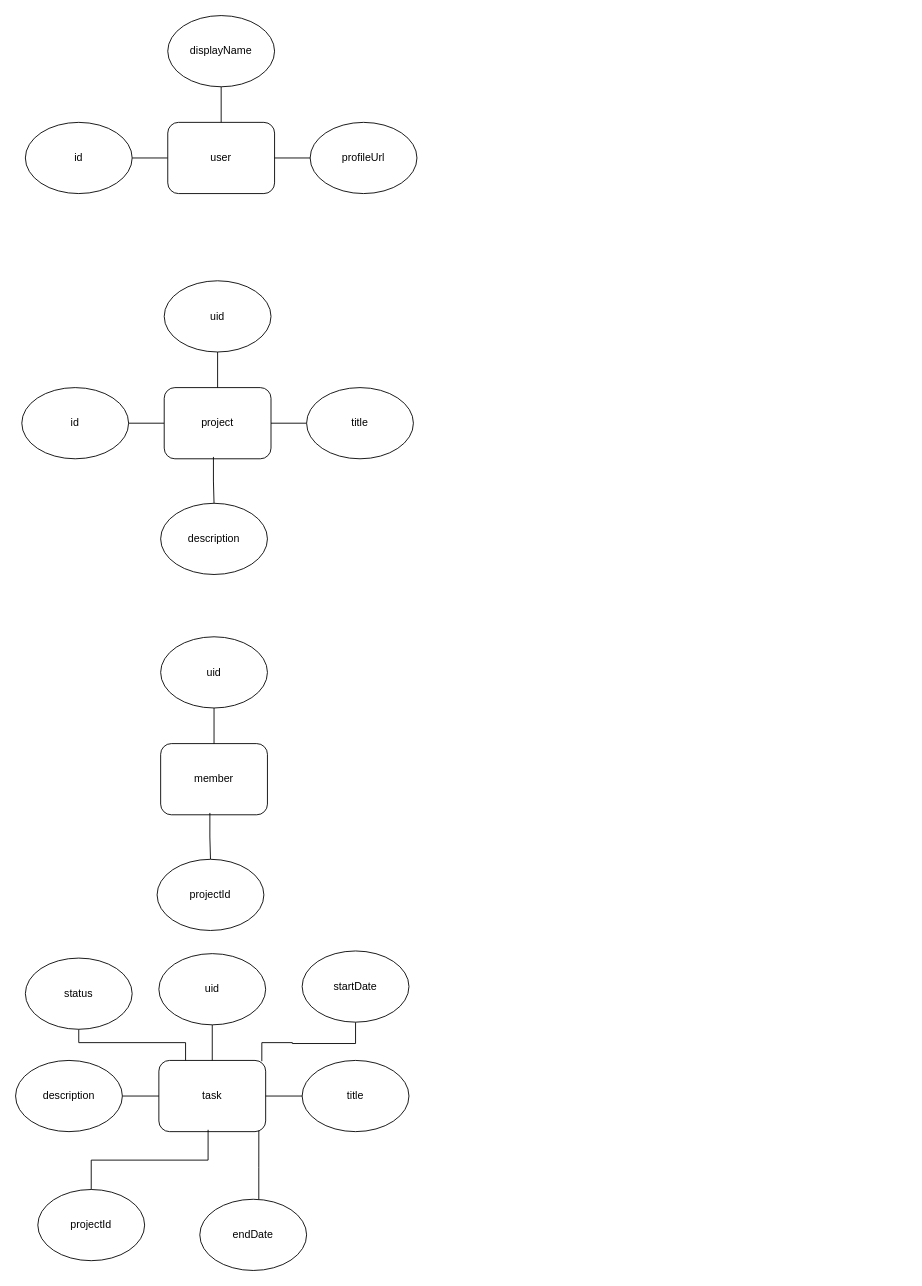
This is .idea/Untitled Diagram.drawio from ganeshgfx/project_management_app, a draw.io file, before an edit. Source tidied: cells renumbered, new cells numbered last; positions are measured from the earlier drawing's top-left corner, leaving out a move shared by most shapes. Both pictures are drawn from the tidied source at 89%, with x=0, y=0 at pixel (15, 15).
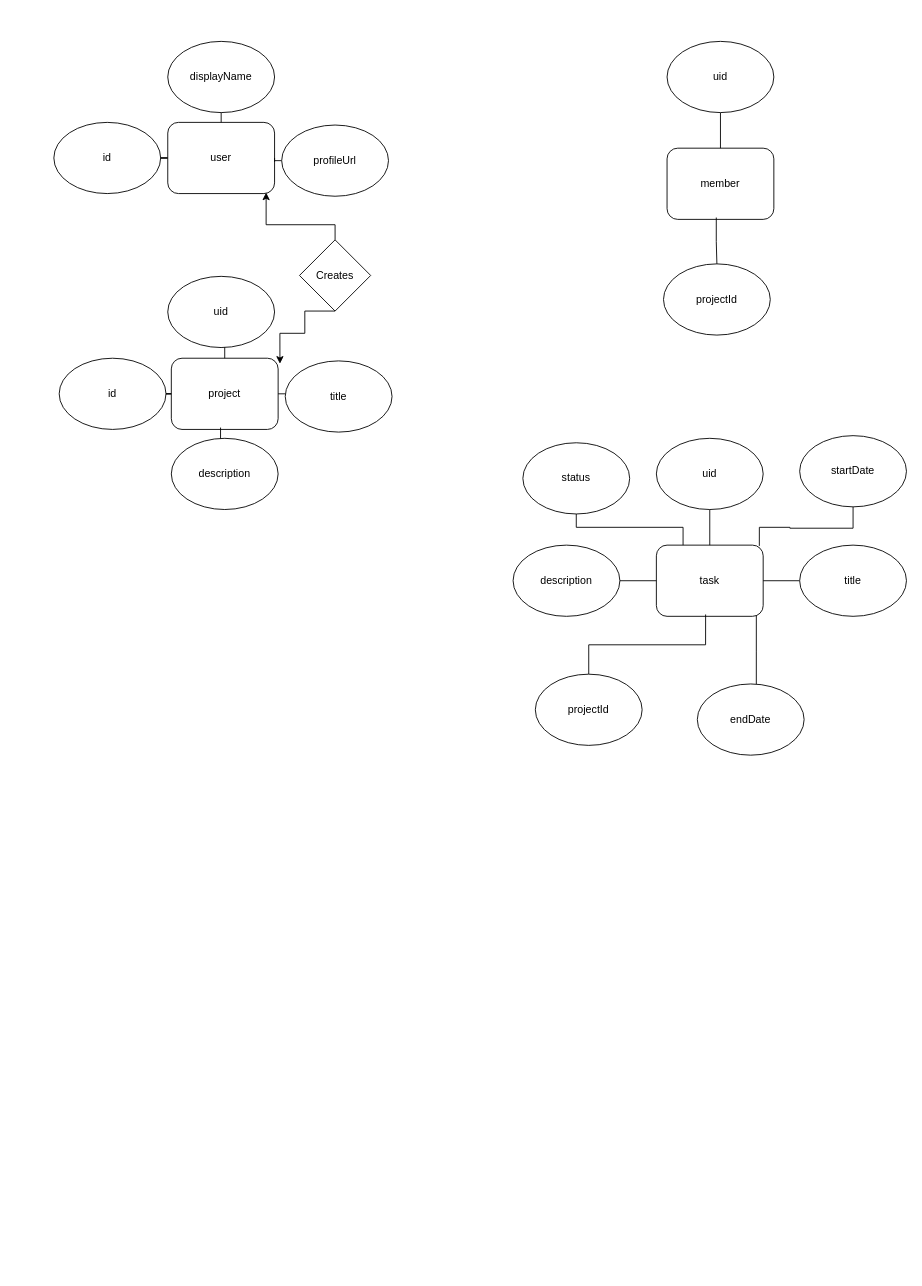
The same diagram, later.

Unchanged cells that the change refers to:
```xml
<mxCell id="3" value="user" style="rounded=1;whiteSpace=wrap;html=1;" parent="1" vertex="1">
  <mxGeometry x="171" y="120" width="120" height="80" as="geometry" />
</mxCell>
```

What changed in the source:
```diff
@@
     <mxCell id="4" value="id" style="ellipse;whiteSpace=wrap;html=1;" parent="1" vertex="1">
-      <mxGeometry x="11" y="120" width="120" height="80" as="geometry" />
+      <mxGeometry x="43" y="120" width="120" height="80" as="geometry" />
     </mxCell>
     <mxCell id="5" style="edgeStyle=orthogonalEdgeStyle;rounded=0;jettySize=auto;html=1;exitX=0.5;exitY=0;exitDx=0;exitDy=0;strokeColor=default;endArrow=none;endFill=0;" parent="1" edge="1" source="3" target="6">
-      <mxGeometry relative="1" as="geometry" />
+      <mxGeometry relative="1" as="geometry">
+        <Array as="points">
+          <mxPoint x="231" y="82" />
+          <mxPoint x="233" y="82" />
+        </Array>
+      </mxGeometry>
     </mxCell>
     <mxCell id="6" value="displayName" style="ellipse;whiteSpace=wrap;html=1;" parent="1" vertex="1">
-      <mxGeometry x="171" width="120" height="80" as="geometry" />
+      <mxGeometry x="171" y="29" width="120" height="80" as="geometry" />
     </mxCell>
     <mxCell id="7" style="edgeStyle=orthogonalEdgeStyle;rounded=0;jettySize=auto;html=1;exitX=1;exitY=0.5;exitDx=0;exitDy=0;strokeColor=default;endArrow=none;endFill=0;" parent="1" edge="1" source="3" target="8">
-      <mxGeometry relative="1" as="geometry" />
+      <mxGeometry relative="1" as="geometry">
+        <Array as="points">
+          <mxPoint x="291" y="164" />
+          <mxPoint x="291" y="164" />
+        </Array>
+      </mxGeometry>
     </mxCell>
     <mxCell id="8" value="profileUrl" style="ellipse;whiteSpace=wrap;html=1;" parent="1" vertex="1">
-      <mxGeometry x="331" y="120" width="120" height="80" as="geometry" />
+      <mxGeometry x="299" y="123" width="120" height="80" as="geometry" />
     </mxCell>
@@
     <mxCell id="10" value="project" style="rounded=1;whiteSpace=wrap;html=1;" parent="1" vertex="1">
-      <mxGeometry x="167" y="418" width="120" height="80" as="geometry" />
+      <mxGeometry x="175" y="385" width="120" height="80" as="geometry" />
     </mxCell>
     <mxCell id="11" value="id" style="ellipse;whiteSpace=wrap;html=1;" parent="1" vertex="1">
-      <mxGeometry x="7" y="418" width="120" height="80" as="geometry" />
+      <mxGeometry x="49" y="385" width="120" height="80" as="geometry" />
     </mxCell>
@@
     <mxCell id="13" value="uid" style="ellipse;whiteSpace=wrap;html=1;" parent="1" vertex="1">
-      <mxGeometry x="167" y="298" width="120" height="80" as="geometry" />
+      <mxGeometry x="171" y="293" width="120" height="80" as="geometry" />
     </mxCell>
@@
     <mxCell id="15" value="title" style="ellipse;whiteSpace=wrap;html=1;" parent="1" vertex="1">
-      <mxGeometry x="327" y="418" width="120" height="80" as="geometry" />
+      <mxGeometry x="303" y="388" width="120" height="80" as="geometry" />
     </mxCell>
@@
     <mxCell id="17" value="description" style="ellipse;whiteSpace=wrap;html=1;" parent="1" vertex="1">
-      <mxGeometry x="163" y="548" width="120" height="80" as="geometry" />
+      <mxGeometry x="175" y="475" width="120" height="80" as="geometry" />
     </mxCell>
     <mxCell id="18" value="member" style="rounded=1;whiteSpace=wrap;html=1;" parent="1" vertex="1">
-      <mxGeometry x="163" y="818" width="120" height="80" as="geometry" />
+      <mxGeometry x="732" y="149" width="120" height="80" as="geometry" />
     </mxCell>
@@
     <mxCell id="20" value="uid" style="ellipse;whiteSpace=wrap;html=1;" parent="1" vertex="1">
-      <mxGeometry x="163" y="698" width="120" height="80" as="geometry" />
+      <mxGeometry x="732" y="29" width="120" height="80" as="geometry" />
     </mxCell>
@@
     <mxCell id="22" value="projectId" style="ellipse;whiteSpace=wrap;html=1;" parent="1" vertex="1">
-      <mxGeometry x="159" y="948" width="120" height="80" as="geometry" />
+      <mxGeometry x="728" y="279" width="120" height="80" as="geometry" />
     </mxCell>
     <mxCell id="23" value="task" style="rounded=1;whiteSpace=wrap;html=1;" parent="1" vertex="1">
-      <mxGeometry x="161" y="1174" width="120" height="80" as="geometry" />
+      <mxGeometry x="720" y="595" width="120" height="80" as="geometry" />
     </mxCell>
@@
     <mxCell id="25" value="uid" style="ellipse;whiteSpace=wrap;html=1;" parent="1" vertex="1">
-      <mxGeometry x="161" y="1054" width="120" height="80" as="geometry" />
+      <mxGeometry x="720" y="475" width="120" height="80" as="geometry" />
     </mxCell>
     <mxCell id="26" style="edgeStyle=orthogonalEdgeStyle;rounded=0;jettySize=auto;html=1;exitX=0.461;exitY=0.974;exitDx=0;exitDy=0;strokeColor=default;endArrow=none;endFill=0;exitPerimeter=0;" parent="1" edge="1" source="23" target="27">
       <mxGeometry relative="1" as="geometry">
         <Array as="points">
-          <mxPoint x="216" y="1286" />
-          <mxPoint x="85" y="1286" />
+          <mxPoint x="775" y="707" />
+          <mxPoint x="644" y="707" />
         </Array>
       </mxGeometry>
     </mxCell>
     <mxCell id="27" value="projectId" style="ellipse;whiteSpace=wrap;html=1;" parent="1" vertex="1">
-      <mxGeometry x="25" y="1319" width="120" height="80" as="geometry" />
+      <mxGeometry x="584" y="740" width="120" height="80" as="geometry" />
     </mxCell>
@@
     <mxCell id="29" value="title" style="ellipse;whiteSpace=wrap;html=1;" parent="1" vertex="1">
-      <mxGeometry x="322" y="1174" width="120" height="80" as="geometry" />
+      <mxGeometry x="881" y="595" width="120" height="80" as="geometry" />
     </mxCell>
@@
     <mxCell id="31" value="description" style="ellipse;whiteSpace=wrap;html=1;" parent="1" vertex="1">
-      <mxGeometry y="1174" width="120" height="80" as="geometry" />
+      <mxGeometry x="559" y="595" width="120" height="80" as="geometry" />
     </mxCell>
     <mxCell id="32" style="edgeStyle=orthogonalEdgeStyle;rounded=0;jettySize=auto;html=1;exitX=0.936;exitY=0.984;exitDx=0;exitDy=0;strokeColor=default;endArrow=none;endFill=0;exitPerimeter=0;" parent="1" edge="1" source="23" target="33">
       <mxGeometry relative="1" as="geometry">
         <Array as="points">
-          <mxPoint x="273" y="1294" />
-          <mxPoint x="273" y="1294" />
+          <mxPoint x="832" y="715" />
+          <mxPoint x="832" y="715" />
         </Array>
       </mxGeometry>
     </mxCell>
     <mxCell id="33" value="endDate" style="ellipse;whiteSpace=wrap;html=1;" parent="1" vertex="1">
-      <mxGeometry x="207" y="1330" width="120" height="80" as="geometry" />
+      <mxGeometry x="766" y="751" width="120" height="80" as="geometry" />
     </mxCell>
     <mxCell id="34" style="edgeStyle=orthogonalEdgeStyle;rounded=0;jettySize=auto;html=1;exitX=0.964;exitY=0.011;exitDx=0;exitDy=0;strokeColor=default;endArrow=none;endFill=0;exitPerimeter=0;" parent="1" edge="1" source="23" target="37">
       <mxGeometry relative="1" as="geometry">
         <Array as="points">
-          <mxPoint x="277" y="1154" />
-          <mxPoint x="311" y="1154" />
-          <mxPoint x="400" y="1155" />
+          <mxPoint x="836" y="575" />
+          <mxPoint x="870" y="575" />
+          <mxPoint x="959" y="576" />
         </Array>
       </mxGeometry>
     </mxCell>
     <mxCell id="35" style="edgeStyle=orthogonalEdgeStyle;rounded=0;jettySize=auto;html=1;exitX=0.25;exitY=0;exitDx=0;exitDy=0;strokeColor=default;endArrow=none;endFill=0;" parent="1" edge="1" source="23" target="36">
       <mxGeometry relative="1" as="geometry">
         <Array as="points">
-          <mxPoint x="191" y="1154" />
-          <mxPoint x="71" y="1154" />
+          <mxPoint x="750" y="575" />
+          <mxPoint x="630" y="575" />
         </Array>
       </mxGeometry>
     </mxCell>
     <mxCell id="36" value="status" style="ellipse;whiteSpace=wrap;html=1;" parent="1" vertex="1">
-      <mxGeometry x="11" y="1059" width="120" height="80" as="geometry" />
+      <mxGeometry x="570" y="480" width="120" height="80" as="geometry" />
     </mxCell>
     <mxCell id="37" value="startDate" style="ellipse;whiteSpace=wrap;html=1;" parent="1" vertex="1">
-      <mxGeometry x="322" y="1051" width="120" height="80" as="geometry" />
+      <mxGeometry x="881" y="472" width="120" height="80" as="geometry" />
     </mxCell>
+    <mxCell id="38" style="edgeStyle=orthogonalEdgeStyle;rounded=0;jettySize=auto;html=1;entryX=0.921;entryY=0.986;entryDx=0;entryDy=0;entryPerimeter=0;" parent="1" edge="1" source="40" target="3">
+      <mxGeometry relative="1" as="geometry">
+        <Array as="points">
+          <mxPoint x="359" y="235" />
+          <mxPoint x="281" y="235" />
+        </Array>
+      </mxGeometry>
+    </mxCell>
+    <mxCell id="39" style="edgeStyle=orthogonalEdgeStyle;rounded=0;jettySize=auto;html=1;entryX=1.017;entryY=0.077;entryDx=0;entryDy=0;entryPerimeter=0;exitX=0.5;exitY=1;exitDx=0;exitDy=0;" parent="1" edge="1" source="40" target="10">
+      <mxGeometry relative="1" as="geometry">
+        <Array as="points">
+          <mxPoint x="325" y="332" />
+          <mxPoint x="325" y="357" />
+          <mxPoint x="297" y="357" />
+        </Array>
+      </mxGeometry>
+    </mxCell>
+    <mxCell id="40" value="Creates" style="rhombus;whiteSpace=wrap;html=1;" parent="1" vertex="1">
+      <mxGeometry x="319" y="252" width="80" height="80" as="geometry" />
+    </mxCell>
```
